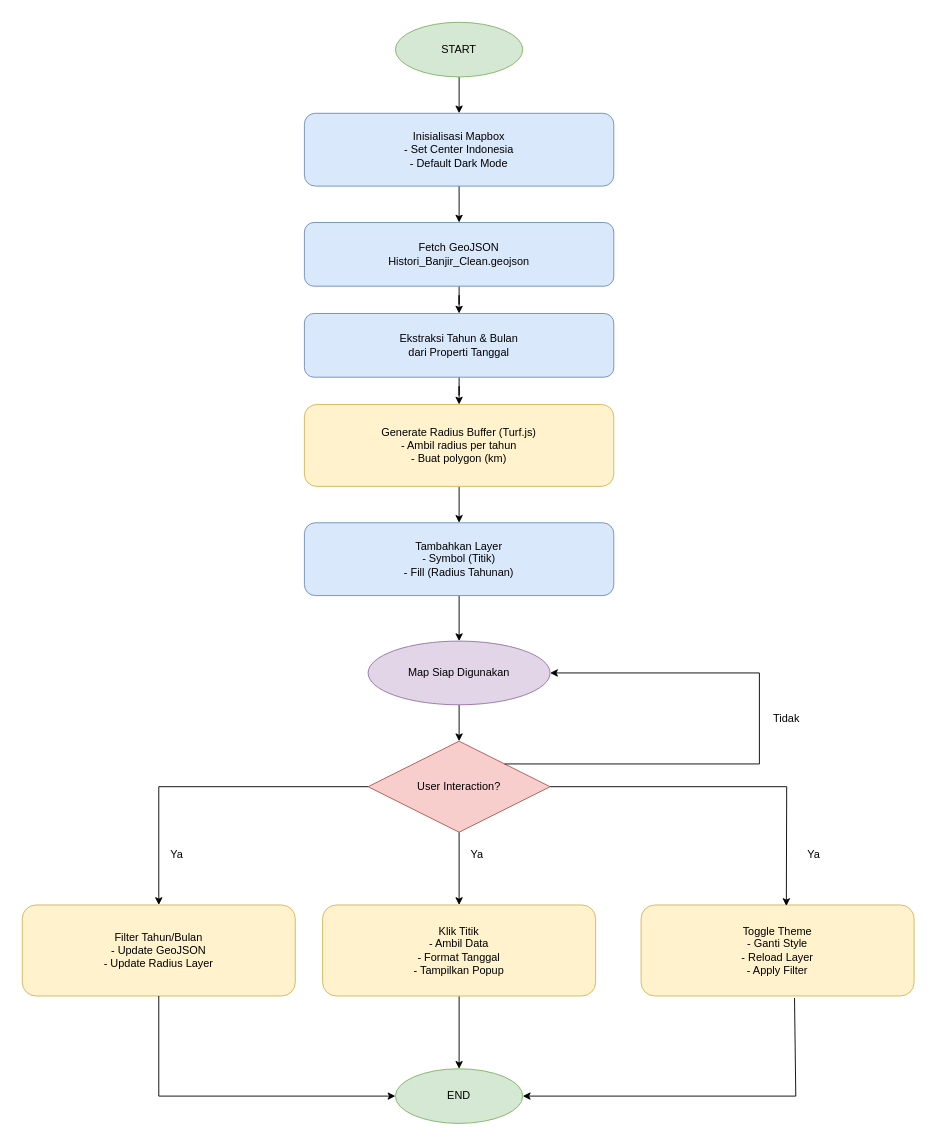
This is page "Flowchart WebGIS Banjir" (1 of 2) of Untitled Diagram.drawio from zahranicp/website-banjir, a draw.io file, before an edit. Source tidied: cells renumbered, new cells numbered last; positions are measured from the earlier drawing's top-left corner, leaving out a move shared by most shapes. Both pictures are drawn from the tidied source at 91%, with x=0, y=0 at pixel (22, 22).
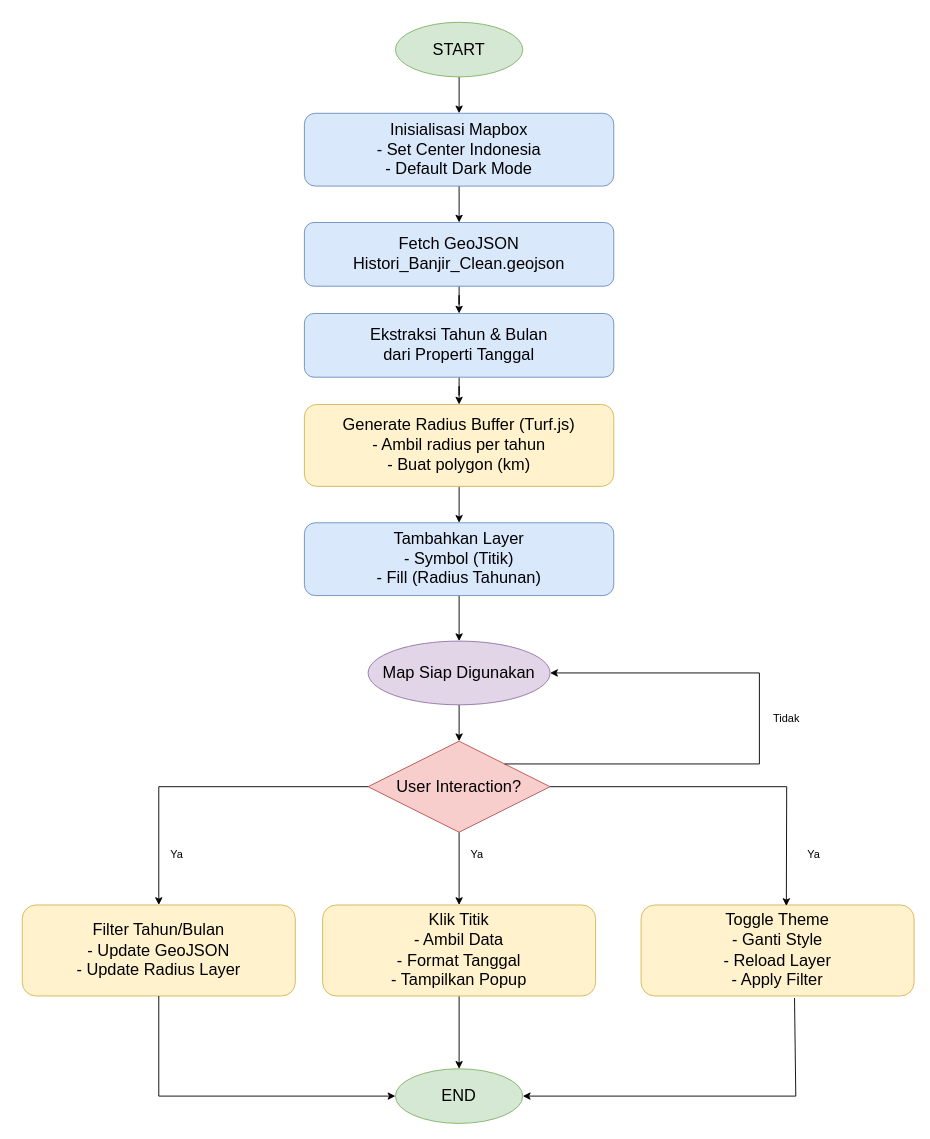
After the change.

Diff of the diagram source:
```diff
@@
-    <mxCell id="3" value="START" style="ellipse;whiteSpace=wrap;html=1;fillColor=#d5e8d4;strokeColor=#82b366;" parent="1" vertex="1">
+    <mxCell id="3" value="&lt;font style=&quot;font-size: 18px;&quot;&gt;START&lt;/font&gt;" style="ellipse;whiteSpace=wrap;html=1;fillColor=#d5e8d4;strokeColor=#82b366;" parent="1" vertex="1">
       <mxGeometry x="410" width="140" height="60" as="geometry" />
     </mxCell>
@@
-    <mxCell id="5" value="Inisialisasi Mapbox&#10;- Set Center Indonesia&#10;- Default Dark Mode" style="rounded=1;whiteSpace=wrap;html=1;fillColor=#dae8fc;strokeColor=#6c8ebf;" parent="1" vertex="1">
+    <mxCell id="5" value="&lt;font style=&quot;font-size: 18px;&quot;&gt;Inisialisasi Mapbox&lt;br&gt;- Set Center Indonesia&lt;br&gt;- Default Dark Mode&lt;/font&gt;" style="rounded=1;whiteSpace=wrap;html=1;fillColor=#dae8fc;strokeColor=#6c8ebf;" parent="1" vertex="1">
       <mxGeometry x="310" y="100" width="340" height="80" as="geometry" />
     </mxCell>
@@
-    <mxCell id="7" value="Fetch GeoJSON&#10;Histori_Banjir_Clean.geojson" style="rounded=1;whiteSpace=wrap;html=1;fillColor=#dae8fc;strokeColor=#6c8ebf;" parent="1" vertex="1">
+    <mxCell id="7" value="&lt;font style=&quot;font-size: 18px;&quot;&gt;Fetch GeoJSON&lt;br&gt;Histori_Banjir_Clean.geojson&lt;/font&gt;" style="rounded=1;whiteSpace=wrap;html=1;fillColor=#dae8fc;strokeColor=#6c8ebf;" parent="1" vertex="1">
       <mxGeometry x="310" y="220" width="340" height="70" as="geometry" />
     </mxCell>
@@
-    <mxCell id="9" value="Ekstraksi Tahun &amp; Bulan&#10;dari Properti Tanggal" style="rounded=1;whiteSpace=wrap;html=1;fillColor=#dae8fc;strokeColor=#6c8ebf;" parent="1" vertex="1">
+    <mxCell id="9" value="&lt;font style=&quot;font-size: 18px;&quot;&gt;Ekstraksi Tahun &amp;amp; Bulan&lt;br&gt;dari Properti Tanggal&lt;/font&gt;" style="rounded=1;whiteSpace=wrap;html=1;fillColor=#dae8fc;strokeColor=#6c8ebf;" parent="1" vertex="1">
       <mxGeometry x="310" y="320" width="340" height="70" as="geometry" />
     </mxCell>
@@
-    <mxCell id="11" value="Generate Radius Buffer (Turf.js)&#10;- Ambil radius per tahun&#10;- Buat polygon (km)" style="rounded=1;whiteSpace=wrap;html=1;fillColor=#fff2cc;strokeColor=#d6b656;" parent="1" vertex="1">
+    <mxCell id="11" value="&lt;font style=&quot;font-size: 18px;&quot;&gt;Generate Radius Buffer (Turf.js)&lt;br&gt;- Ambil radius per tahun&lt;br&gt;- Buat polygon (km)&lt;/font&gt;" style="rounded=1;whiteSpace=wrap;html=1;fillColor=#fff2cc;strokeColor=#d6b656;" parent="1" vertex="1">
       <mxGeometry x="310" y="420" width="340" height="90" as="geometry" />
     </mxCell>
@@
-    <mxCell id="13" value="Tambahkan Layer&#10;- Symbol (Titik)&#10;- Fill (Radius Tahunan)" style="rounded=1;whiteSpace=wrap;html=1;fillColor=#dae8fc;strokeColor=#6c8ebf;" parent="1" vertex="1">
+    <mxCell id="13" value="&lt;font style=&quot;font-size: 18px;&quot;&gt;Tambahkan Layer&lt;br&gt;- Symbol (Titik)&lt;br&gt;- Fill (Radius Tahunan)&lt;/font&gt;" style="rounded=1;whiteSpace=wrap;html=1;fillColor=#dae8fc;strokeColor=#6c8ebf;" parent="1" vertex="1">
       <mxGeometry x="310" y="550" width="340" height="80" as="geometry" />
     </mxCell>
@@
-    <mxCell id="15" value="Map Siap Digunakan" style="ellipse;whiteSpace=wrap;html=1;fillColor=#e1d5e7;strokeColor=#9673a6;" parent="1" vertex="1">
+    <mxCell id="15" value="&lt;font style=&quot;font-size: 18px;&quot;&gt;Map Siap Digunakan&lt;/font&gt;" style="ellipse;whiteSpace=wrap;html=1;fillColor=#e1d5e7;strokeColor=#9673a6;" parent="1" vertex="1">
       <mxGeometry x="380" y="680" width="200" height="70" as="geometry" />
     </mxCell>
@@
-    <mxCell id="17" value="User Interaction?" style="rhombus;whiteSpace=wrap;html=1;fillColor=#f8cecc;strokeColor=#b85450;" parent="1" vertex="1">
+    <mxCell id="17" value="&lt;font style=&quot;font-size: 18px;&quot;&gt;User Interaction?&lt;/font&gt;" style="rhombus;whiteSpace=wrap;html=1;fillColor=#f8cecc;strokeColor=#b85450;" parent="1" vertex="1">
       <mxGeometry x="380" y="790" width="200" height="100" as="geometry" />
     </mxCell>
-    <mxCell id="18" value="Filter Tahun/Bulan&#10;- Update GeoJSON&#10;- Update Radius Layer" style="rounded=1;whiteSpace=wrap;html=1;fillColor=#fff2cc;strokeColor=#d6b656;" parent="1" vertex="1">
+    <mxCell id="18" value="&lt;font style=&quot;font-size: 18px;&quot;&gt;Filter Tahun/Bulan&lt;br&gt;- Update GeoJSON&lt;br&gt;- Update Radius Layer&lt;/font&gt;" style="rounded=1;whiteSpace=wrap;html=1;fillColor=#fff2cc;strokeColor=#d6b656;" parent="1" vertex="1">
       <mxGeometry y="970" width="300" height="100" as="geometry" />
     </mxCell>
@@
-    <mxCell id="20" value="Klik Titik&#10;- Ambil Data&#10;- Format Tanggal&#10;- Tampilkan Popup" style="rounded=1;whiteSpace=wrap;html=1;fillColor=#fff2cc;strokeColor=#d6b656;" parent="1" vertex="1">
+    <mxCell id="20" value="&lt;font style=&quot;font-size: 18px;&quot;&gt;Klik Titik&lt;br&gt;- Ambil Data&lt;br&gt;- Format Tanggal&lt;br&gt;- Tampilkan Popup&lt;/font&gt;" style="rounded=1;whiteSpace=wrap;html=1;fillColor=#fff2cc;strokeColor=#d6b656;" parent="1" vertex="1">
       <mxGeometry x="330" y="970" width="300" height="100" as="geometry" />
     </mxCell>
-    <mxCell id="21" value="Toggle Theme&#10;- Ganti Style&#10;- Reload Layer&#10;- Apply Filter" style="rounded=1;whiteSpace=wrap;html=1;fillColor=#fff2cc;strokeColor=#d6b656;" parent="1" vertex="1">
+    <mxCell id="21" value="&lt;font style=&quot;font-size: 18px;&quot;&gt;Toggle Theme&lt;br&gt;- Ganti Style&lt;br&gt;- Reload Layer&lt;br&gt;- Apply Filter&lt;/font&gt;" style="rounded=1;whiteSpace=wrap;html=1;fillColor=#fff2cc;strokeColor=#d6b656;" parent="1" vertex="1">
       <mxGeometry x="680" y="970" width="300" height="100" as="geometry" />
     </mxCell>
-    <mxCell id="22" value="END" style="ellipse;whiteSpace=wrap;html=1;fillColor=#d5e8d4;strokeColor=#82b366;" parent="1" vertex="1">
+    <mxCell id="22" value="&lt;font style=&quot;font-size: 18px;&quot;&gt;END&lt;/font&gt;" style="ellipse;whiteSpace=wrap;html=1;fillColor=#d5e8d4;strokeColor=#82b366;" parent="1" vertex="1">
       <mxGeometry x="410" y="1150" width="140" height="60" as="geometry" />
     </mxCell>
```
